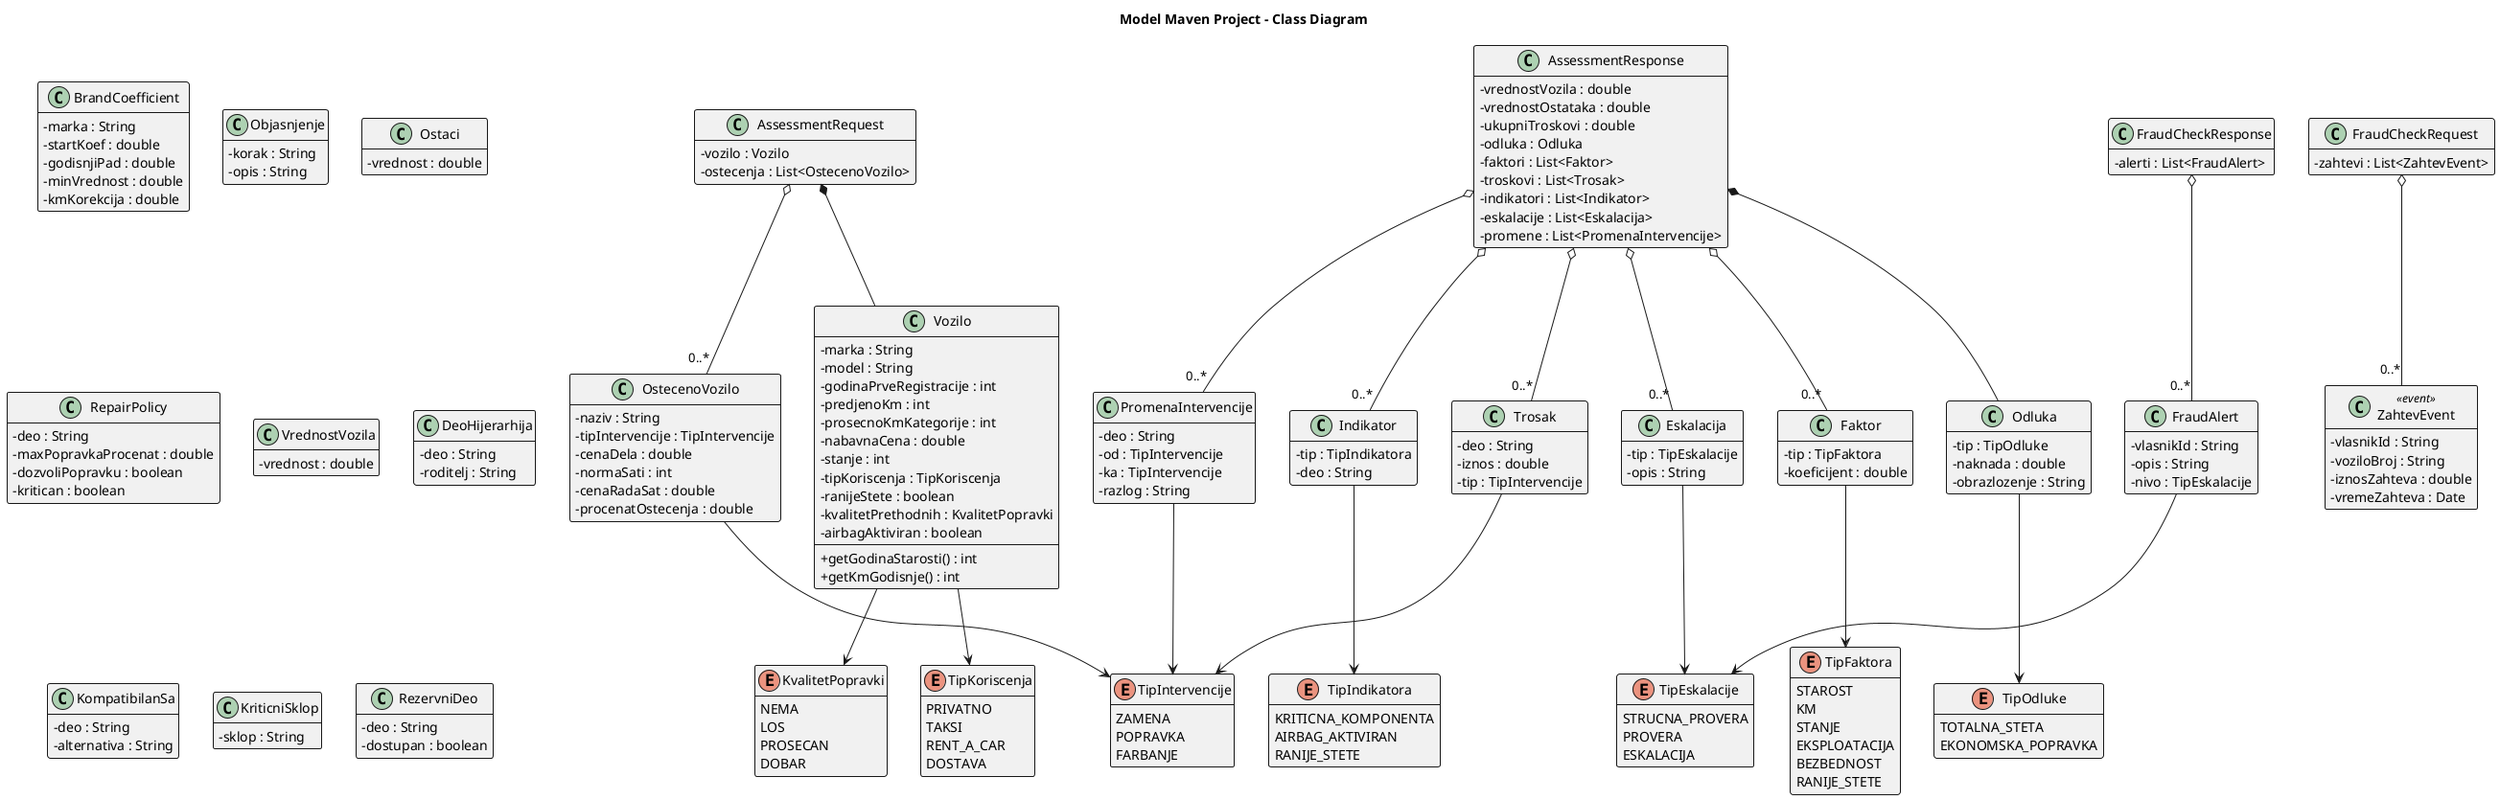
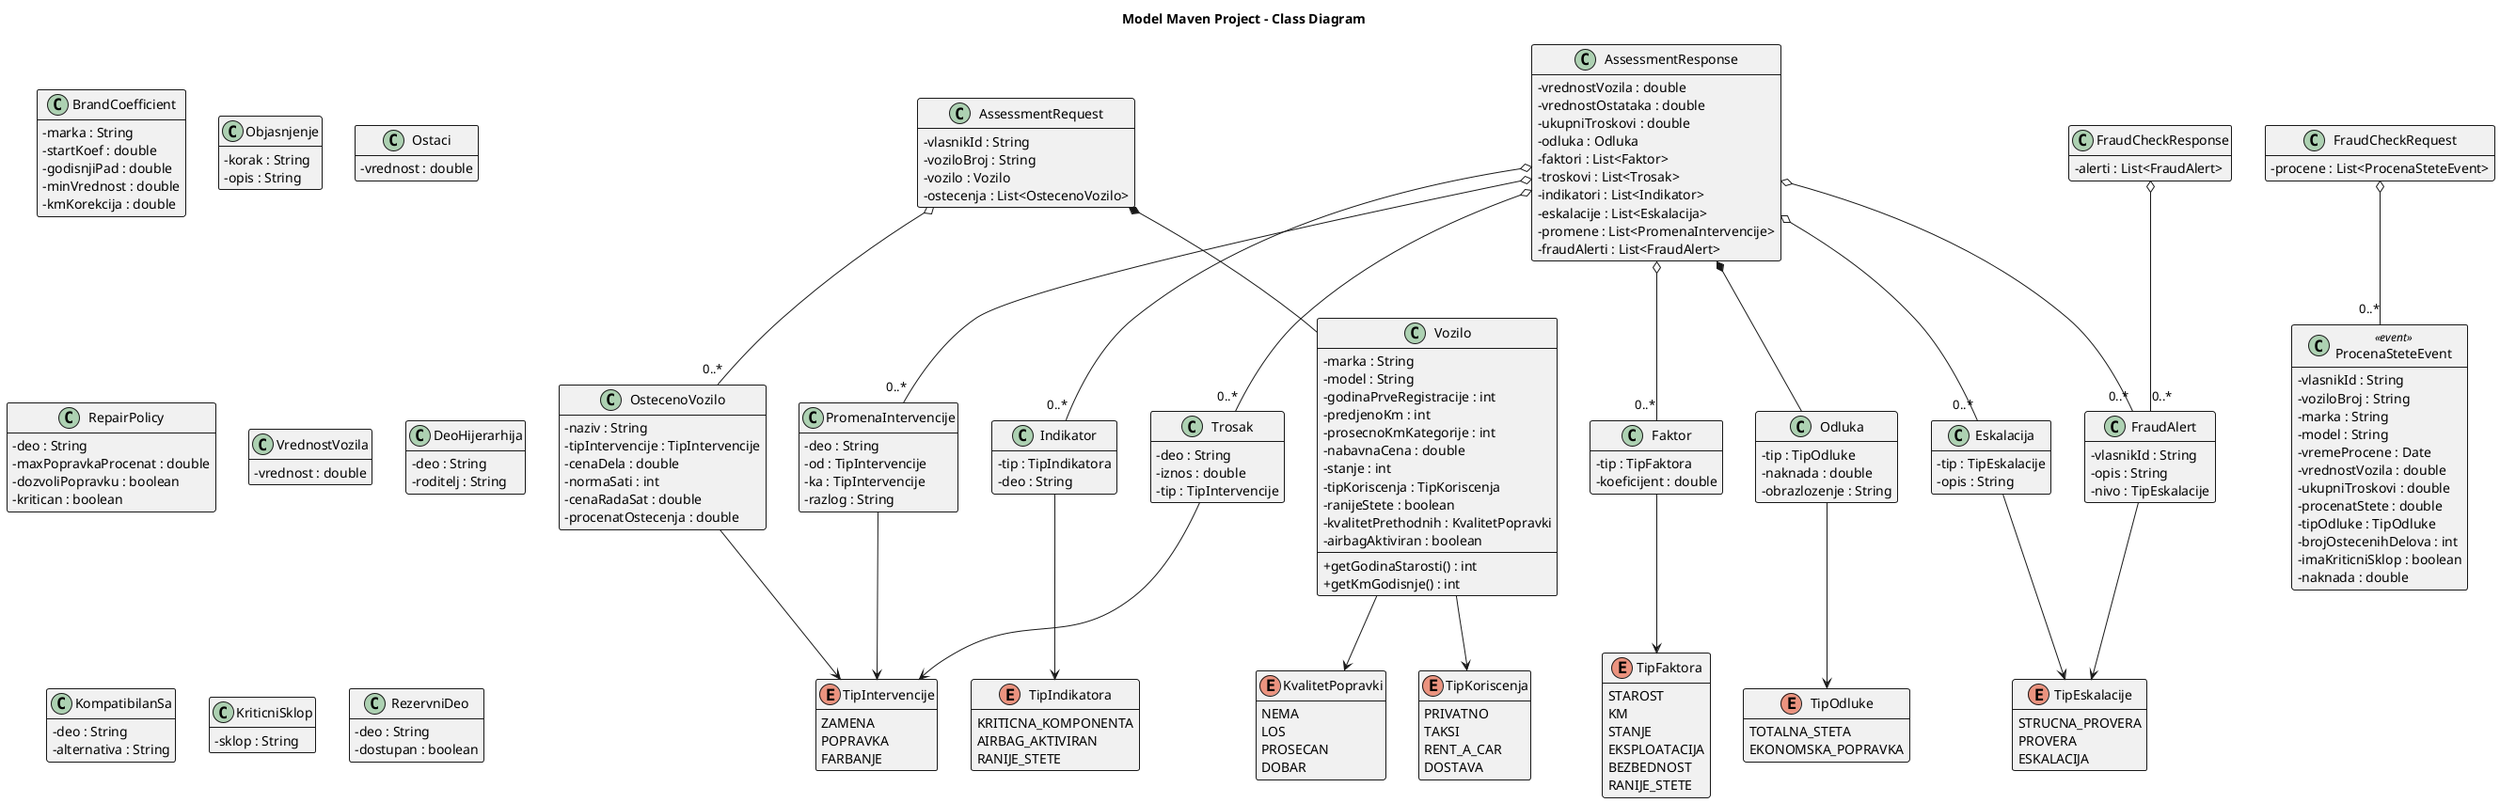
@startuml
title Model Maven Project - Class Diagram

skinparam classAttributeIconSize 0
skinparam classBorderThickness 1
hide empty members

class AssessmentRequest {
+     - vlasnikId : String
+     - voziloBroj : String
    - vozilo : Vozilo
    - ostecenja : List<OstecenoVozilo>
}

class AssessmentResponse {
    - vrednostVozila : double
    - vrednostOstataka : double
    - ukupniTroskovi : double
    - odluka : Odluka
    - faktori : List<Faktor>
    - troskovi : List<Trosak>
    - indikatori : List<Indikator>
    - eskalacije : List<Eskalacija>
    - promene : List<PromenaIntervencije>
+     - fraudAlerti : List<FraudAlert>
}

class FraudCheckRequest {
-     - zahtevi : List<ZahtevEvent>
+     - procene : List<ProcenaSteteEvent>
}

class FraudCheckResponse {
    - alerti : List<FraudAlert>
}

class BrandCoefficient {
    - marka : String
    - startKoef : double
    - godisnjiPad : double
    - minVrednost : double
    - kmKorekcija : double
}

class Eskalacija {
    - tip : TipEskalacije
    - opis : String
}

class Faktor {
    - tip : TipFaktora
    - koeficijent : double
}

class Indikator {
    - tip : TipIndikatora
    - deo : String
}

class Objasnjenje {
    - korak : String
    - opis : String
}

class Odluka {
    - tip : TipOdluke
    - naknada : double
    - obrazlozenje : String
}

class Ostaci {
    - vrednost : double
}

class OstecenoVozilo {
    - naziv : String
    - tipIntervencije : TipIntervencije
    - cenaDela : double
    - normaSati : int
    - cenaRadaSat : double
    - procenatOstecenja : double
}

class PromenaIntervencije {
    - deo : String
    - od : TipIntervencije
    - ka : TipIntervencije
    - razlog : String
}

class RepairPolicy {
    - deo : String
    - maxPopravkaProcenat : double
    - dozvoliPopravku : boolean
    - kritican : boolean
}

class Trosak {
    - deo : String
    - iznos : double
    - tip : TipIntervencije
}

class Vozilo {
    - marka : String
    - model : String
    - godinaPrveRegistracije : int
    - predjenoKm : int
    - prosecnoKmKategorije : int
    - nabavnaCena : double
    - stanje : int
    - tipKoriscenja : TipKoriscenja
    - ranijeStete : boolean
    - kvalitetPrethodnih : KvalitetPopravki
    - airbagAktiviran : boolean
    + getGodinaStarosti() : int
    + getKmGodisnje() : int
}

class VrednostVozila {
    - vrednost : double
}

class DeoHijerarhija {
    - deo : String
    - roditelj : String
}

class KompatibilanSa {
    - deo : String
    - alternativa : String
}

class KriticniSklop {
    - sklop : String
}

class RezervniDeo {
    - deo : String
    - dostupan : boolean
}

class FraudAlert {
    - vlasnikId : String
    - opis : String
    - nivo : TipEskalacije
}

- class ZahtevEvent <<event>> {
+ class ProcenaSteteEvent <<event>> {
    - vlasnikId : String
    - voziloBroj : String
-     - iznosZahteva : double
-     - vremeZahteva : Date
+     - marka : String
+     - model : String
+     - vremeProcene : Date
+     - vrednostVozila : double
+     - ukupniTroskovi : double
+     - procenatStete : double
+     - tipOdluke : TipOdluke
+     - brojOstecenihDelova : int
+     - imaKriticniSklop : boolean
+     - naknada : double
}

enum KvalitetPopravki {
    NEMA
    LOS
    PROSECAN
    DOBAR
}

enum TipEskalacije {
    STRUCNA_PROVERA
    PROVERA
    ESKALACIJA
}

enum TipFaktora {
    STAROST
    KM
    STANJE
    EKSPLOATACIJA
    BEZBEDNOST
    RANIJE_STETE
}

enum TipIndikatora {
    KRITICNA_KOMPONENTA
    AIRBAG_AKTIVIRAN
    RANIJE_STETE
}

enum TipIntervencije {
    ZAMENA
    POPRAVKA
    FARBANJE
}

enum TipKoriscenja {
    PRIVATNO
    TAKSI
    RENT_A_CAR
    DOSTAVA
}

enum TipOdluke {
    TOTALNA_STETA
    EKONOMSKA_POPRAVKA
}

AssessmentRequest *-- Vozilo
AssessmentRequest o-- "0..*" OstecenoVozilo
AssessmentResponse *-- Odluka
AssessmentResponse o-- "0..*" Faktor
AssessmentResponse o-- "0..*" Trosak
AssessmentResponse o-- "0..*" Indikator
AssessmentResponse o-- "0..*" Eskalacija
AssessmentResponse o-- "0..*" PromenaIntervencije
- FraudCheckRequest o-- "0..*" ZahtevEvent
+ AssessmentResponse o-- "0..*" FraudAlert
+ FraudCheckRequest o-- "0..*" ProcenaSteteEvent
FraudCheckResponse o-- "0..*" FraudAlert

Vozilo --> TipKoriscenja
Vozilo --> KvalitetPopravki
OstecenoVozilo --> TipIntervencije
PromenaIntervencije --> TipIntervencije
Trosak --> TipIntervencije
Odluka --> TipOdluke
Faktor --> TipFaktora
Indikator --> TipIndikatora
Eskalacija --> TipEskalacije
FraudAlert --> TipEskalacije

@enduml
